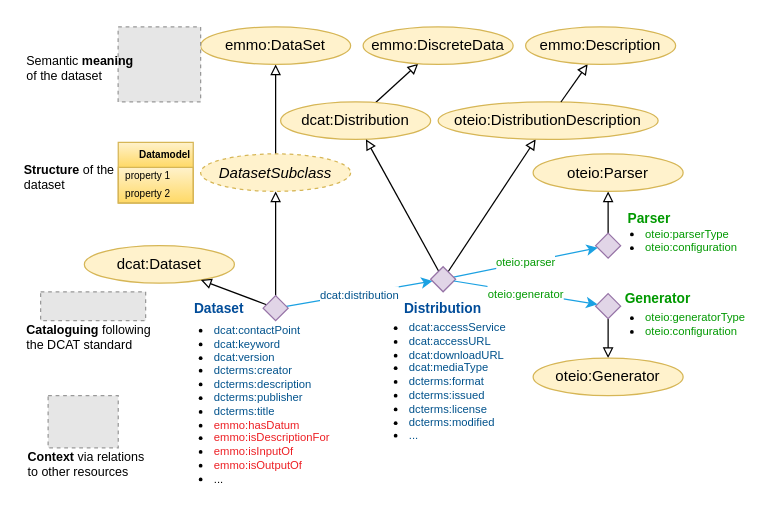
EMMC-ASBL/tripper keeps this draw.io diagram as page "Dataset" (1 of 13) of docs/figs/dataset.drawio. Above is the earlier version. Source tidied: cells renumbered, new cells numbered last; positions are measured from the earlier drawing's top-left corner, leaving out a move shared by most shapes. Both pictures are drawn from the tidied source at 125%, with x=0, y=0 at pixel (21, 26). Pictures stored in the file or linked from it are replaced by grey dashed boxes.
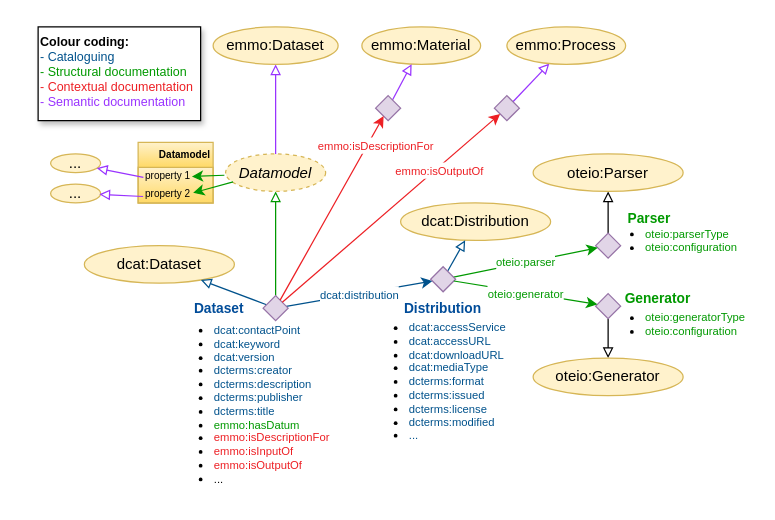
After the change.

The change refers to these unchanged cells:
```xml
<mxCell id="4" value="dcat:Dataset" style="ellipse;whiteSpace=wrap;html=1;fillColor=#fff2cc;strokeColor=#d6b656;" parent="1" vertex="1">
  <mxGeometry x="50" y="175" width="120" height="30" as="geometry" />
</mxCell>
<mxCell id="10" style="rhombus;whiteSpace=wrap;html=1;fillColor=#e1d5e7;strokeColor=#9673a6;" parent="1" vertex="1">
  <mxGeometry x="193" y="215" width="20" height="20" as="geometry" />
</mxCell>
<mxCell id="12" style="rhombus;whiteSpace=wrap;html=1;fillColor=#e1d5e7;strokeColor=#9673a6;" parent="1" vertex="1">
  <mxGeometry x="459" y="165" width="20" height="20" as="geometry" />
</mxCell>
<mxCell id="16" style="rhombus;whiteSpace=wrap;html=1;fillColor=#e1d5e7;strokeColor=#9673a6;" parent="1" vertex="1">
  <mxGeometry x="327" y="191.9" width="20" height="20" as="geometry" />
</mxCell>
<mxCell id="35" style="rhombus;whiteSpace=wrap;html=1;fillColor=#e1d5e7;strokeColor=#9673a6;" parent="1" vertex="1">
  <mxGeometry x="459" y="213.4" width="20" height="20" as="geometry" />
</mxCell>
```

The edit, as a diff of the source:
```diff
@@
+    <mxCell id="46" value="&lt;ul&gt;&lt;li&gt;&lt;font color=&quot;#00528c&quot;&gt;dcat:contactPoint&lt;/font&gt;&lt;/li&gt;&lt;li&gt;&lt;font color=&quot;#00528c&quot;&gt;&lt;span style=&quot;background-color: initial;&quot;&gt;dcat:keyword&lt;/span&gt;&lt;br&gt;&lt;/font&gt;&lt;/li&gt;&lt;li&gt;&lt;font color=&quot;#00528c&quot; style=&quot;font-size: 9px;&quot;&gt;dcat:version&lt;/font&gt;&lt;/li&gt;&lt;li&gt;&lt;span style=&quot;color: rgb(0, 82, 140); background-color: initial;&quot;&gt;dcterms:creator&lt;/span&gt;&lt;br&gt;&lt;/li&gt;&lt;li&gt;&lt;font color=&quot;#00528c&quot; style=&quot;font-size: 9px;&quot;&gt;dcterms:description&lt;/font&gt;&lt;/li&gt;&lt;li&gt;&lt;span style=&quot;color: rgb(0, 82, 140); background-color: initial;&quot;&gt;dcterms:publisher&lt;/span&gt;&lt;br&gt;&lt;/li&gt;&lt;li&gt;&lt;font color=&quot;#00528c&quot;&gt;dcterms:title&lt;/font&gt;&lt;/li&gt;&lt;li&gt;&lt;font style=&quot;color: rgb(0, 153, 0);&quot;&gt;emmo:hasDatum&lt;/font&gt;&lt;/li&gt;&lt;li&gt;&lt;font color=&quot;#ed1f24&quot;&gt;emmo:isDescriptionFor&lt;/font&gt;&lt;/li&gt;&lt;li&gt;&lt;font color=&quot;#ed1f24&quot;&gt;emmo:isInputOf&lt;/font&gt;&lt;/li&gt;&lt;li&gt;&lt;font color=&quot;#ed1f24&quot;&gt;emmo:isOutputOf&lt;/font&gt;&lt;/li&gt;&lt;li&gt;&lt;font style=&quot;font-size: 9px&quot;&gt;...&lt;/font&gt;&lt;/li&gt;&lt;/ul&gt;&lt;div&gt;&lt;div&gt;&lt;/div&gt;&lt;/div&gt;" style="text;html=1;align=left;verticalAlign=top;whiteSpace=wrap;rounded=0;fontFamily=Helvetica;fontSize=9;fontColor=default;labelBackgroundColor=none;" parent="1" vertex="1">
+      <mxGeometry x="112" y="221.9" width="140" height="155" as="geometry" />
+    </mxCell>
-    <mxCell id="2" style="edgeStyle=none;rounded=0;jettySize=auto;html=1;endArrow=block;endFill=0;" parent="1" edge="1" source="3" target="20">
+    <mxCell id="2" style="edgeStyle=none;rounded=0;jettySize=auto;html=1;endArrow=block;endFill=0;strokeColor=#9933FF;" parent="1" edge="1" source="3" target="20">
       <mxGeometry relative="1" as="geometry" />
     </mxCell>
-    <mxCell id="3" value="&lt;i&gt;DatasetSubclass&lt;/i&gt;" style="ellipse;whiteSpace=wrap;html=1;fillColor=#fff2cc;strokeColor=#d6b656;dashed=1;" parent="1" vertex="1">
-      <mxGeometry x="143" y="101.6" width="120" height="30" as="geometry" />
+    <mxCell id="3" value="&lt;i&gt;Datamodel&lt;/i&gt;" style="ellipse;whiteSpace=wrap;html=1;fillColor=#fff2cc;strokeColor=#d6b656;dashed=1;" parent="1" vertex="1">
+      <mxGeometry x="163" y="101.6" width="80" height="30" as="geometry" />
     </mxCell>
@@
-    <mxCell id="5" style="edgeStyle=none;shape=connector;rounded=0;jettySize=auto;html=1;strokeColor=default;align=center;verticalAlign=middle;fontFamily=Helvetica;fontSize=11;fontColor=default;labelBackgroundColor=default;endArrow=block;endFill=0;" parent="1" edge="1" source="6" target="43">
-      <mxGeometry relative="1" as="geometry" />
-    </mxCell>
     <mxCell id="6" value="dcat:Distribution" style="ellipse;whiteSpace=wrap;html=1;fillColor=#fff2cc;strokeColor=#d6b656;" parent="1" vertex="1">
-      <mxGeometry x="207" y="60" width="120" height="30" as="geometry" />
+      <mxGeometry x="303" y="140.8" width="120" height="30" as="geometry" />
     </mxCell>
-    <mxCell id="7" style="edgeStyle=none;shape=connector;rounded=0;jettySize=auto;html=1;strokeColor=default;align=center;verticalAlign=middle;fontFamily=Helvetica;fontSize=11;fontColor=default;labelBackgroundColor=default;endArrow=block;endFill=0;" parent="1" edge="1" source="10" target="3">
+    <mxCell id="7" style="edgeStyle=none;shape=connector;rounded=0;jettySize=auto;html=1;strokeColor=#009900;align=center;verticalAlign=middle;fontFamily=Helvetica;fontSize=11;fontColor=default;labelBackgroundColor=default;endArrow=block;endFill=0;" parent="1" edge="1" source="10" target="3">
       <mxGeometry relative="1" as="geometry" />
     </mxCell>
-    <mxCell id="8" value="&lt;span style=&quot;font-size: 9px;&quot;&gt;&lt;font color=&quot;#00528c&quot;&gt;dcat:distribution&lt;/font&gt;&lt;/span&gt;" style="shape=connector;rounded=0;jettySize=auto;html=1;strokeColor=#1BA1E2;align=center;verticalAlign=middle;fontFamily=Helvetica;fontSize=11;fontColor=default;labelBackgroundColor=default;endArrow=classic;endFill=1;" parent="1" edge="1" source="10" target="16">
+    <mxCell id="8" value="&lt;span style=&quot;font-size: 9px;&quot;&gt;&lt;font color=&quot;#00528c&quot;&gt;dcat:distribution&lt;/font&gt;&lt;/span&gt;" style="shape=connector;rounded=0;jettySize=auto;html=1;strokeColor=#00528C;align=center;verticalAlign=middle;fontFamily=Helvetica;fontSize=11;fontColor=default;labelBackgroundColor=default;endArrow=classic;endFill=1;" parent="1" edge="1" source="10" target="16">
       <mxGeometry relative="1" as="geometry" />
     </mxCell>
-    <mxCell id="9" style="edgeStyle=none;rounded=0;jettySize=auto;html=1;endArrow=block;endFill=0;" parent="1" edge="1" source="10" target="4">
+    <mxCell id="9" style="edgeStyle=none;rounded=0;jettySize=auto;html=1;endArrow=block;endFill=0;strokeColor=#00528C;" parent="1" edge="1" source="10" target="4">
       <mxGeometry relative="1" as="geometry" />
     </mxCell>
@@
-    <mxCell id="13" style="edgeStyle=none;shape=connector;rounded=0;jettySize=auto;html=1;strokeColor=default;align=center;verticalAlign=middle;fontFamily=Helvetica;fontSize=11;fontColor=default;labelBackgroundColor=default;endArrow=block;endFill=0;" parent="1" edge="1" source="16" target="6">
+    <mxCell id="13" style="edgeStyle=none;shape=connector;rounded=0;jettySize=auto;html=1;strokeColor=#00528C;align=center;verticalAlign=middle;fontFamily=Helvetica;fontSize=11;fontColor=default;labelBackgroundColor=default;endArrow=block;endFill=0;" parent="1" edge="1" source="16" target="6">
       <mxGeometry relative="1" as="geometry" />
     </mxCell>
-    <mxCell id="14" value="&lt;font color=&quot;#009900&quot; style=&quot;font-size: 9px;&quot;&gt;oteio:parser&lt;/font&gt;" style="shape=connector;rounded=0;jettySize=auto;html=1;strokeColor=#1BA1E2;align=center;verticalAlign=middle;fontFamily=Helvetica;fontSize=11;fontColor=default;labelBackgroundColor=default;endArrow=classic;endFill=1;" parent="1" edge="1" source="16" target="12">
+    <mxCell id="14" value="&lt;font color=&quot;#009900&quot; style=&quot;font-size: 9px;&quot;&gt;oteio:parser&lt;/font&gt;" style="shape=connector;rounded=0;jettySize=auto;html=1;strokeColor=#009900;align=center;verticalAlign=middle;fontFamily=Helvetica;fontSize=11;fontColor=default;labelBackgroundColor=default;endArrow=classic;endFill=1;" parent="1" edge="1" source="16" target="12">
       <mxGeometry relative="1" as="geometry" />
     </mxCell>
-    <mxCell id="15" style="edgeStyle=none;shape=connector;rounded=0;jettySize=auto;html=1;strokeColor=default;align=center;verticalAlign=middle;fontFamily=Helvetica;fontSize=11;fontColor=default;labelBackgroundColor=default;endArrow=block;endFill=0;" parent="1" edge="1" source="16" target="40">
-      <mxGeometry relative="1" as="geometry" />
-    </mxCell>
@@
-    <mxCell id="20" value="emmo:DataSet" style="ellipse;whiteSpace=wrap;html=1;fillColor=#fff2cc;strokeColor=#d6b656;" parent="1" vertex="1">
-      <mxGeometry x="143" width="120" height="30" as="geometry" />
+    <mxCell id="20" value="emmo:Dataset" style="ellipse;whiteSpace=wrap;html=1;fillColor=#fff2cc;strokeColor=#d6b656;" parent="1" vertex="1">
+      <mxGeometry x="153" width="100" height="30" as="geometry" />
     </mxCell>
@@
-    <mxCell id="22" style="fillColor=#E6E6E6;strokeColor=#999999;dashed=1;verticalLabelPosition=bottom;labelBackgroundColor=default;verticalAlign=top;" parent="1" vertex="1">
-      <mxGeometry x="15" y="211.9" width="84" height="23.1" as="geometry" />
-    </mxCell>
-    <mxCell id="23" value="&lt;font color=&quot;#000000&quot; style=&quot;font-size: 10px&quot;&gt;&lt;b&gt;Cataloguing&lt;/b&gt;&amp;nbsp;following the DCAT standard&lt;/font&gt;" style="text;html=1;strokeColor=none;fillColor=none;align=left;verticalAlign=top;whiteSpace=wrap;rounded=0;fontSize=9;fontColor=#004C99;" parent="1" vertex="1">
-      <mxGeometry x="2" y="230" width="110" height="50" as="geometry" />
-    </mxCell>
-    <mxCell id="24" style="fillColor=#E6E6E6;strokeColor=#999999;dashed=1;verticalLabelPosition=bottom;labelBackgroundColor=default;verticalAlign=top;" parent="1" vertex="1">
-      <mxGeometry x="77" width="66" height="60" as="geometry" />
-    </mxCell>
-    <mxCell id="25" value="&lt;font color=&quot;#000000&quot; style=&quot;font-size: 10px&quot;&gt;Semantic &lt;b&gt;meaning&lt;/b&gt; of the dataset&lt;/font&gt;" style="text;html=1;strokeColor=none;fillColor=none;align=left;verticalAlign=top;whiteSpace=wrap;rounded=0;fontSize=9;fontColor=#004C99;" parent="1" vertex="1">
-      <mxGeometry x="2.2" y="15" width="90.8" height="45" as="geometry" />
-    </mxCell>
-    <mxCell id="26" value="&lt;font color=&quot;#000000&quot; style=&quot;font-size: 10px&quot;&gt;&lt;b&gt;Structure &lt;/b&gt;of the dataset&lt;/font&gt;" style="text;html=1;strokeColor=none;fillColor=none;align=left;verticalAlign=top;whiteSpace=wrap;rounded=0;fontSize=9;fontColor=#004C99;" parent="1" vertex="1">
-      <mxGeometry y="101.6" width="83" height="30" as="geometry" />
+    <mxCell id="26" value="&lt;div&gt;&lt;font style=&quot;color: rgb(0, 0, 0);&quot;&gt;&lt;span style=&quot;font-size: 10px;&quot;&gt;&lt;b style=&quot;&quot;&gt;Colour coding:&lt;/b&gt;&lt;/span&gt;&lt;/font&gt;&lt;/div&gt;&lt;div&gt;&lt;font style=&quot;color: rgb(0, 82, 140);&quot;&gt;&lt;span style=&quot;font-size: 10px;&quot;&gt;- Cataloguing&lt;/span&gt;&lt;/font&gt;&lt;/div&gt;&lt;font color=&quot;#009900&quot;&gt;&lt;span style=&quot;font-size: 10px;&quot;&gt;- Structural documentation&lt;/span&gt;&lt;/font&gt;&lt;div&gt;&lt;font style=&quot;color: rgb(237, 31, 36);&quot;&gt;&lt;span style=&quot;font-size: 10px;&quot;&gt;- Contextual documentation&lt;/span&gt;&lt;/font&gt;&lt;/div&gt;&lt;div&gt;&lt;font style=&quot;color: rgb(153, 51, 255);&quot;&gt;&lt;span style=&quot;font-size: 10px;&quot;&gt;- Semantic documentation&lt;/span&gt;&lt;/font&gt;&lt;/div&gt;" style="text;html=1;strokeColor=default;fillColor=default;align=left;verticalAlign=top;whiteSpace=wrap;rounded=0;fontSize=9;fontColor=#004C99;shadow=1;glass=0;" parent="1" vertex="1">
+      <mxGeometry x="13" width="130" height="75" as="geometry" />
     </mxCell>
-    <mxCell id="27" value="&lt;b&gt;Context&lt;/b&gt; via relations to other resources" style="text;html=1;strokeColor=none;fillColor=none;align=left;verticalAlign=middle;whiteSpace=wrap;rounded=0;fontSize=10;" parent="1" vertex="1">
-      <mxGeometry x="3" y="334.8" width="100" height="30" as="geometry" />
-    </mxCell>
-    <mxCell id="28" style="fillColor=#E6E6E6;strokeColor=#999999;dashed=1;verticalLabelPosition=bottom;labelBackgroundColor=#ffffff;verticalAlign=top;" parent="1" vertex="1">
-      <mxGeometry x="21" y="295" width="56.1" height="41.7" as="geometry" />
-    </mxCell>
     <mxCell id="29" style="group;fontSize=10;" parent="1" vertex="1">
-      <mxGeometry x="77.1" y="92.3" width="60" height="48.6" as="geometry" />
+      <mxGeometry x="93" y="92.3" width="60" height="48.6" as="geometry" />
     </mxCell>
@@
-    <mxCell id="36" value="&lt;font color=&quot;#009900&quot; style=&quot;font-size: 9px;&quot;&gt;oteio:generator&lt;/font&gt;" style="shape=connector;rounded=0;jettySize=auto;html=1;strokeColor=#1BA1E2;align=center;verticalAlign=middle;fontFamily=Helvetica;fontSize=11;fontColor=default;labelBackgroundColor=default;endArrow=classic;endFill=1;" parent="1" edge="1" source="16" target="35">
+    <mxCell id="36" value="&lt;font color=&quot;#009900&quot; style=&quot;font-size: 9px;&quot;&gt;oteio:generator&lt;/font&gt;" style="shape=connector;rounded=0;jettySize=auto;html=1;strokeColor=#009900;align=center;verticalAlign=middle;fontFamily=Helvetica;fontSize=11;fontColor=default;labelBackgroundColor=default;endArrow=classic;endFill=1;" parent="1" edge="1" source="16" target="35">
       <mxGeometry relative="1" as="geometry" />
     </mxCell>
@@
-    <mxCell id="40" value="oteio:DistributionDescription" style="ellipse;whiteSpace=wrap;html=1;fillColor=#fff2cc;strokeColor=#d6b656;" parent="1" vertex="1">
-      <mxGeometry x="333" y="60" width="176" height="30" as="geometry" />
-    </mxCell>
-    <mxCell id="41" style="rounded=0;jettySize=auto;html=1;strokeColor=default;align=center;verticalAlign=middle;fontFamily=Helvetica;fontSize=11;fontColor=default;labelBackgroundColor=default;endArrow=block;endFill=0;" parent="1" edge="1" source="40" target="42">
-      <mxGeometry relative="1" as="geometry" />
-    </mxCell>
-    <mxCell id="42" value="emmo:Description" style="ellipse;whiteSpace=wrap;html=1;fillColor=#fff2cc;strokeColor=#d6b656;" parent="1" vertex="1">
-      <mxGeometry x="403" width="120" height="30" as="geometry" />
-    </mxCell>
-    <mxCell id="43" value="emmo:DiscreteData" style="ellipse;whiteSpace=wrap;html=1;fillColor=#fff2cc;strokeColor=#d6b656;" parent="1" vertex="1">
-      <mxGeometry x="273" width="120" height="30" as="geometry" />
-    </mxCell>
@@
-    <mxCell id="46" value="&lt;ul&gt;&lt;li&gt;&lt;font color=&quot;#00528c&quot;&gt;dcat:contactPoint&lt;/font&gt;&lt;/li&gt;&lt;li&gt;&lt;font color=&quot;#00528c&quot;&gt;&lt;span style=&quot;background-color: initial;&quot;&gt;dcat:keyword&lt;/span&gt;&lt;br&gt;&lt;/font&gt;&lt;/li&gt;&lt;li&gt;&lt;font color=&quot;#00528c&quot; style=&quot;font-size: 9px&quot;&gt;dcat:version&lt;/font&gt;&lt;/li&gt;&lt;li&gt;&lt;span style=&quot;color: rgb(0, 82, 140); background-color: initial;&quot;&gt;dcterms:creator&lt;/span&gt;&lt;br&gt;&lt;/li&gt;&lt;li&gt;&lt;font color=&quot;#00528c&quot; style=&quot;font-size: 9px&quot;&gt;dcterms:description&lt;/font&gt;&lt;/li&gt;&lt;li&gt;&lt;span style=&quot;color: rgb(0, 82, 140); background-color: initial;&quot;&gt;dcterms:publisher&lt;/span&gt;&lt;br&gt;&lt;/li&gt;&lt;li&gt;&lt;font color=&quot;#00528c&quot;&gt;dcterms:title&lt;/font&gt;&lt;/li&gt;&lt;li&gt;&lt;font color=&quot;#ed1f24&quot;&gt;emmo:hasDatum&lt;/font&gt;&lt;/li&gt;&lt;li&gt;&lt;font color=&quot;#ed1f24&quot;&gt;emmo:isDescriptionFor&lt;/font&gt;&lt;/li&gt;&lt;li&gt;&lt;font color=&quot;#ed1f24&quot;&gt;emmo:isInputOf&lt;/font&gt;&lt;/li&gt;&lt;li&gt;&lt;font color=&quot;#ed1f24&quot;&gt;emmo:isOutputOf&lt;/font&gt;&lt;/li&gt;&lt;li&gt;&lt;font style=&quot;font-size: 9px&quot;&gt;...&lt;/font&gt;&lt;/li&gt;&lt;/ul&gt;&lt;div&gt;&lt;div&gt;&lt;/div&gt;&lt;/div&gt;" style="text;html=1;align=left;verticalAlign=top;whiteSpace=wrap;rounded=0;fontFamily=Helvetica;fontSize=9;fontColor=default;labelBackgroundColor=none;" parent="1" vertex="1">
-      <mxGeometry x="112" y="221.9" width="140" height="155" as="geometry" />
-    </mxCell>
@@
+    <mxCell id="48" value="emmo:Material" style="ellipse;whiteSpace=wrap;html=1;fillColor=#fff2cc;strokeColor=#d6b656;" parent="1" vertex="1">
+      <mxGeometry x="272" width="95" height="30" as="geometry" />
+    </mxCell>
+    <mxCell id="49" style="edgeStyle=none;shape=connector;rounded=0;jettySize=auto;html=1;strokeColor=#9933FF;align=center;verticalAlign=middle;fontFamily=Helvetica;fontSize=11;fontColor=default;labelBackgroundColor=default;endArrow=block;endFill=0;" parent="1" edge="1" source="50" target="48">
+      <mxGeometry relative="1" as="geometry" />
+    </mxCell>
+    <mxCell id="50" style="rhombus;whiteSpace=wrap;html=1;fillColor=#e1d5e7;strokeColor=#9673a6;" parent="1" vertex="1">
+      <mxGeometry x="283" y="55" width="20" height="20" as="geometry" />
+    </mxCell>
+    <mxCell id="51" style="edgeStyle=none;shape=connector;rounded=0;jettySize=auto;html=1;strokeColor=#9933FF;align=center;verticalAlign=middle;fontFamily=Helvetica;fontSize=11;fontColor=default;labelBackgroundColor=default;endArrow=block;endFill=0;" parent="1" edge="1" source="52" target="55">
+      <mxGeometry relative="1" as="geometry" />
+    </mxCell>
+    <mxCell id="52" style="rhombus;whiteSpace=wrap;html=1;fillColor=#e1d5e7;strokeColor=#9673a6;" parent="1" vertex="1">
+      <mxGeometry x="378" y="55" width="20" height="20" as="geometry" />
+    </mxCell>
+    <mxCell id="53" value="&lt;span style=&quot;font-size: 9px;&quot;&gt;&lt;font style=&quot;color: rgb(237, 31, 36);&quot;&gt;emmo:isDescriptionFor&lt;/font&gt;&lt;/span&gt;" style="shape=connector;rounded=0;jettySize=auto;html=1;strokeColor=#ED1F24;align=center;verticalAlign=middle;fontFamily=Helvetica;fontSize=11;fontColor=default;labelBackgroundColor=default;endArrow=classic;endFill=1;" parent="1" edge="1" source="10" target="50">
+      <mxGeometry x="0.72" y="-6" relative="1" as="geometry" />
+    </mxCell>
+    <mxCell id="54" value="&lt;span style=&quot;font-size: 9px;&quot;&gt;&lt;font style=&quot;color: rgb(237, 31, 36);&quot;&gt;emmo:isOutputOf&lt;/font&gt;&lt;/span&gt;" style="shape=connector;rounded=0;jettySize=auto;html=1;strokeColor=#ED1F24;align=center;verticalAlign=middle;fontFamily=Helvetica;fontSize=11;fontColor=default;labelBackgroundColor=default;endArrow=classic;endFill=1;" parent="1" edge="1" source="10" target="52">
+      <mxGeometry x="0.42" y="-2" relative="1" as="geometry" />
+    </mxCell>
+    <mxCell id="55" value="emmo:Process" style="ellipse;whiteSpace=wrap;html=1;fillColor=#fff2cc;strokeColor=#d6b656;" parent="1" vertex="1">
+      <mxGeometry x="388" width="95" height="30" as="geometry" />
+    </mxCell>
+    <mxCell id="56" value="..." style="ellipse;whiteSpace=wrap;html=1;fillColor=#fff2cc;strokeColor=#d6b656;" parent="1" vertex="1">
+      <mxGeometry x="23" y="101.6" width="40" height="15" as="geometry" />
+    </mxCell>
+    <mxCell id="57" value="..." style="ellipse;whiteSpace=wrap;html=1;fillColor=#fff2cc;strokeColor=#d6b656;" parent="1" vertex="1">
+      <mxGeometry x="23" y="125.8" width="40" height="15" as="geometry" />
+    </mxCell>
+    <mxCell id="58" style="shape=connector;rounded=0;orthogonalLoop=1;jettySize=auto;html=1;strokeColor=#009900;align=center;verticalAlign=middle;fontFamily=Helvetica;fontSize=11;fontColor=default;labelBackgroundColor=default;endArrow=classic;endFill=1;" parent="1" edge="1">
+      <mxGeometry x="-0.11" y="5" relative="1" as="geometry">
+        <mxPoint x="162" y="118.7" as="sourcePoint" />
+        <mxPoint x="136" y="119.7" as="targetPoint" />
+      </mxGeometry>
+    </mxCell>
+    <mxCell id="59" style="edgeStyle=none;rounded=0;orthogonalLoop=1;jettySize=auto;html=1;endArrow=block;endFill=0;strokeColor=#9933FF;exitX=0;exitY=0.5;exitDx=0;exitDy=0;" parent="1" edge="1">
+      <mxGeometry relative="1" as="geometry">
+        <mxPoint x="97.2" y="120.4" as="sourcePoint" />
+        <mxPoint x="60" y="113" as="targetPoint" />
+      </mxGeometry>
+    </mxCell>
+    <mxCell id="60" style="edgeStyle=none;rounded=0;orthogonalLoop=1;jettySize=auto;html=1;endArrow=block;endFill=0;strokeColor=#9933FF;exitX=0;exitY=0.5;exitDx=0;exitDy=0;" parent="1" edge="1">
+      <mxGeometry relative="1" as="geometry">
+        <mxPoint x="97" y="135.7" as="sourcePoint" />
+        <mxPoint x="62" y="134" as="targetPoint" />
+      </mxGeometry>
+    </mxCell>
+    <mxCell id="61" style="shape=connector;rounded=0;orthogonalLoop=1;jettySize=auto;html=1;strokeColor=#009900;align=center;verticalAlign=middle;fontFamily=Helvetica;fontSize=11;fontColor=default;labelBackgroundColor=default;endArrow=classic;endFill=1;" parent="1" edge="1">
+      <mxGeometry x="-0.11" y="5" relative="1" as="geometry">
+        <mxPoint x="169" y="124" as="sourcePoint" />
+        <mxPoint x="137" y="132.8" as="targetPoint" />
+      </mxGeometry>
+    </mxCell>
```
